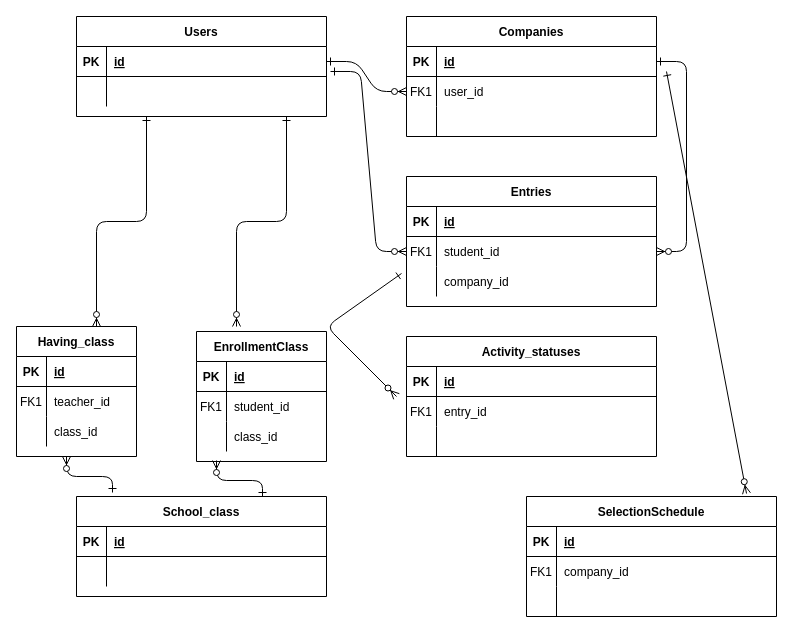
Before: documents/JHM-2023_ER.drawio in cntn-jr/JHM-2023, a draw.io diagram. Source tidied: cells renumbered, new cells numbered last; positions are measured from the earlier drawing's top-left corner, leaving out a move shared by most shapes. Both pictures are drawn from the tidied source at 100%, with x=0, y=0 at pixel (16, 16).
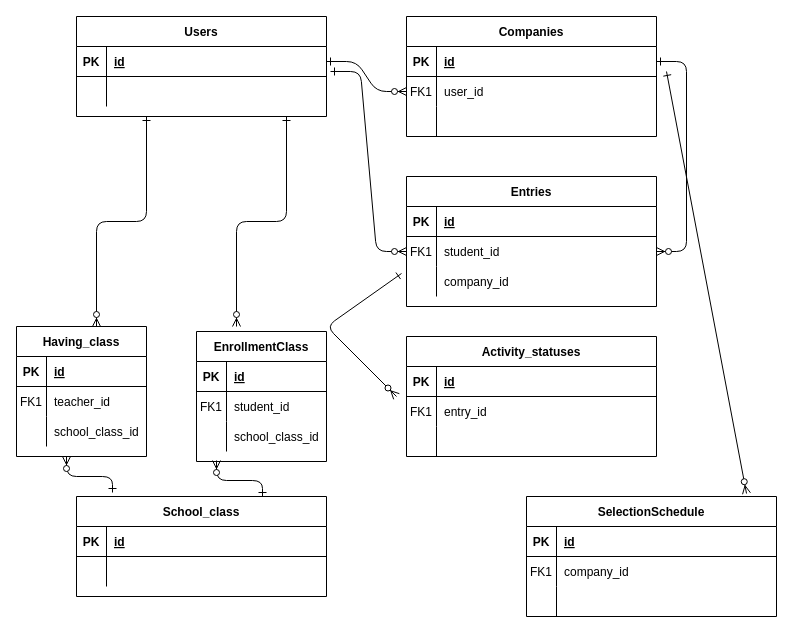
Above is the later version.

Commit message:
docs: :memo:ER図の修正

Unchanged cells that the change refers to:
```xml
<mxCell id="80" style="shape=partialRectangle;fillColor=none;top=0;left=0;right=0;bottom=0;" parent="73" vertex="1">
  <mxGeometry y="90" width="130" height="30" as="geometry" />
</mxCell>
```

What changed in the source:
```diff
@@
     <mxCell id="61" value="Having_class" style="shape=table;startSize=30;childLayout=tableLayout;rowLines=0;fontStyle=1;align=center;" parent="1" vertex="1">
-      <mxGeometry y="310" width="120" height="130" as="geometry" />
+      <mxGeometry y="310" width="130" height="130" as="geometry" />
     </mxCell>
     <mxCell id="62" style="shape=partialRectangle;fillColor=none;top=0;left=0;right=0;bottom=1;" parent="61" vertex="1">
-      <mxGeometry y="30" width="120" height="30" as="geometry" />
+      <mxGeometry y="30" width="130" height="30" as="geometry" />
     </mxCell>
@@
     <mxCell id="64" value="id" style="shape=partialRectangle;overflow=hidden;fillColor=none;top=0;left=0;bottom=0;right=0;align=left;spacingLeft=6;fontStyle=5;" parent="62" vertex="1">
-      <mxGeometry x="30" width="90" height="30" as="geometry" />
+      <mxGeometry x="30" width="100" height="30" as="geometry" />
     </mxCell>
     <mxCell id="65" style="shape=partialRectangle;fillColor=none;top=0;left=0;right=0;bottom=0;" parent="61" vertex="1">
-      <mxGeometry y="60" width="120" height="30" as="geometry" />
+      <mxGeometry y="60" width="130" height="30" as="geometry" />
     </mxCell>
@@
     <mxCell id="67" value="teacher_id" style="shape=partialRectangle;overflow=hidden;fillColor=none;top=0;left=0;bottom=0;right=0;align=left;spacingLeft=6;" parent="65" vertex="1">
-      <mxGeometry x="30" width="90" height="30" as="geometry" />
+      <mxGeometry x="30" width="100" height="30" as="geometry" />
     </mxCell>
     <mxCell id="68" style="shape=partialRectangle;fillColor=none;top=0;left=0;right=0;bottom=0;" parent="61" vertex="1">
-      <mxGeometry y="90" width="120" height="30" as="geometry" />
+      <mxGeometry y="90" width="130" height="30" as="geometry" />
     </mxCell>
@@
-    <mxCell id="70" value="class_id" style="shape=partialRectangle;overflow=hidden;fillColor=none;top=0;left=0;bottom=0;right=0;align=left;spacingLeft=6;" parent="68" vertex="1">
-      <mxGeometry x="30" width="90" height="30" as="geometry" />
+    <mxCell id="70" value="school_class_id" style="shape=partialRectangle;overflow=hidden;fillColor=none;top=0;left=0;bottom=0;right=0;align=left;spacingLeft=6;" parent="68" vertex="1">
+      <mxGeometry x="30" width="100" height="30" as="geometry" />
     </mxCell>
@@
-    <mxCell id="82" value="class_id" style="shape=partialRectangle;overflow=hidden;fillColor=none;top=0;left=0;bottom=0;right=0;align=left;spacingLeft=6;" parent="80" vertex="1">
+    <mxCell id="82" value="school_class_id" style="shape=partialRectangle;overflow=hidden;fillColor=none;top=0;left=0;bottom=0;right=0;align=left;spacingLeft=6;" parent="80" vertex="1">
       <mxGeometry x="30" width="100" height="30" as="geometry" />
     </mxCell>
```
